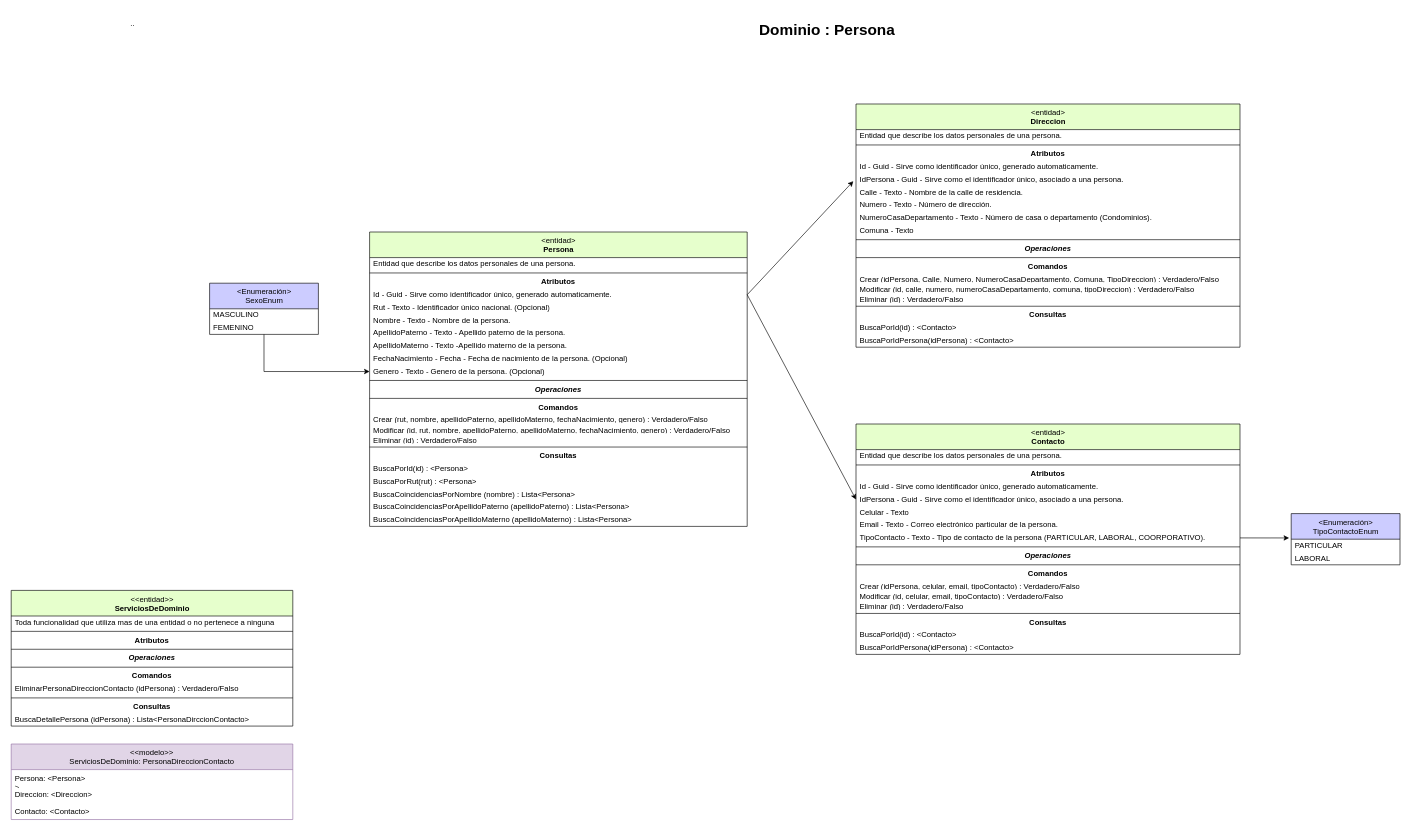
The draw.io diagram Documents/Domain Persona.drawio in Anibaliym/PersonasApi, before the edit. Source tidied: cells renumbered, new cells numbered last; positions are measured from the earlier drawing's top-left corner, leaving out a move shared by most shapes. Both pictures are drawn from the tidied source at 64%, with x=0, y=0 at pixel (11, 14).
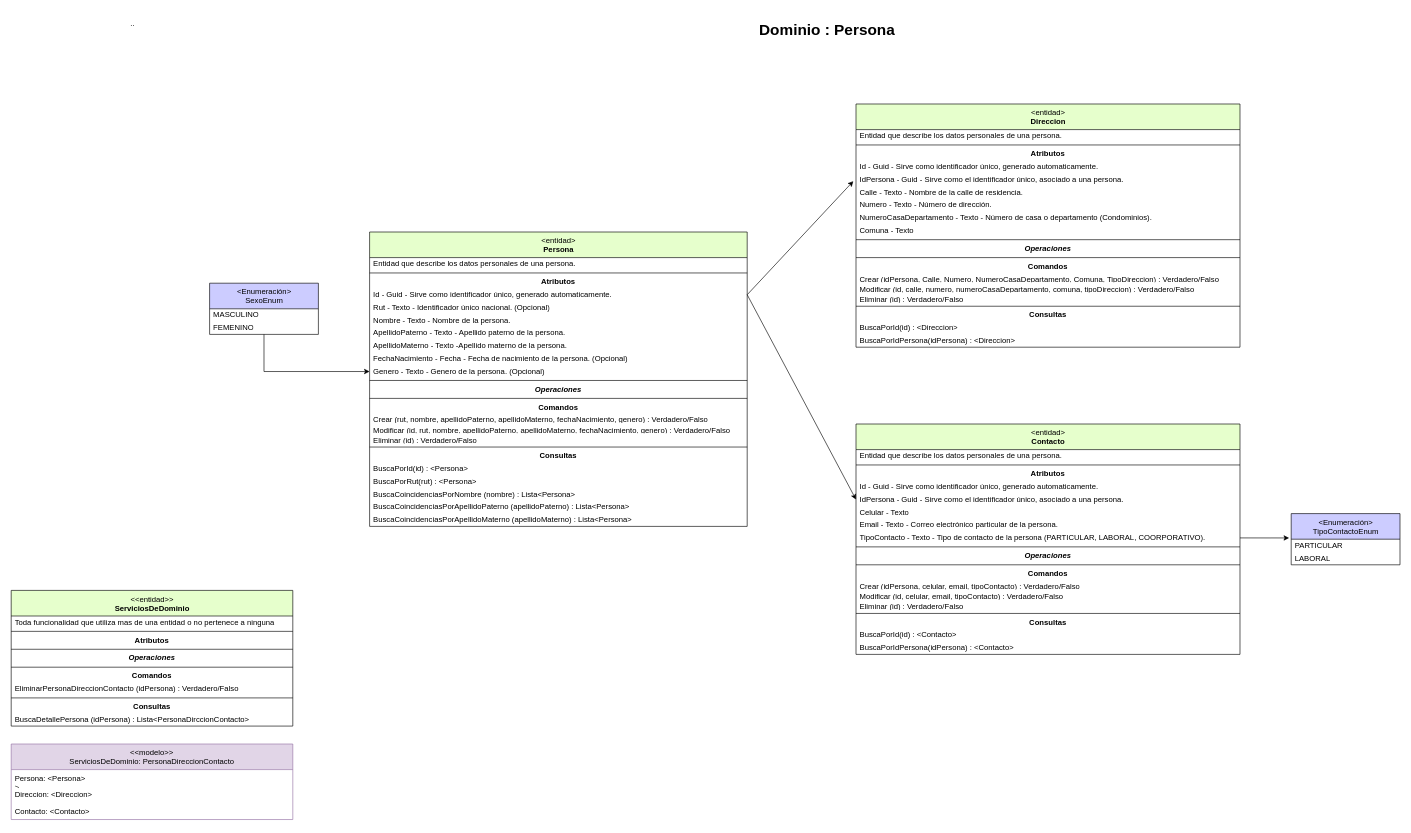
Above is the later version.

The change refers to these unchanged cells:
```xml
<mxCell id="33" value="&amp;lt;entidad&amp;gt;&lt;br&gt;&lt;b&gt;Direccion&lt;/b&gt;" style="swimlane;fontStyle=0;align=center;verticalAlign=top;horizontal=1;startSize=40;html=1;fillColor=#E6FFCC;" parent="1" vertex="1">
  <mxGeometry x="1320" y="140" width="600" height="380" as="geometry" />
</mxCell>
```

What changed in the source:
```diff
@@
-    <mxCell id="52" value="BuscaPorId(id) : &amp;lt;Contacto&amp;gt;" style="text;html=1;strokeColor=none;fillColor=none;align=left;verticalAlign=middle;spacingLeft=4;spacingRight=4;overflow=hidden;" parent="33" vertex="1">
+    <mxCell id="52" value="BuscaPorId(id) : &amp;lt;Direccion&amp;gt;" style="text;html=1;strokeColor=none;fillColor=none;align=left;verticalAlign=middle;spacingLeft=4;spacingRight=4;overflow=hidden;" parent="33" vertex="1">
       <mxGeometry y="340" width="600" height="20" as="geometry" />
     </mxCell>
-    <mxCell id="53" value="BuscaPorIdPersona(idPersona) : &amp;lt;Contacto&amp;gt;" style="text;html=1;strokeColor=none;fillColor=none;align=left;verticalAlign=middle;spacingLeft=4;spacingRight=4;overflow=hidden;" parent="33" vertex="1">
+    <mxCell id="53" value="BuscaPorIdPersona(idPersona) : &amp;lt;Direccion&amp;gt;" style="text;html=1;strokeColor=none;fillColor=none;align=left;verticalAlign=middle;spacingLeft=4;spacingRight=4;overflow=hidden;" parent="33" vertex="1">
       <mxGeometry y="360" width="600" height="20" as="geometry" />
     </mxCell>
```
